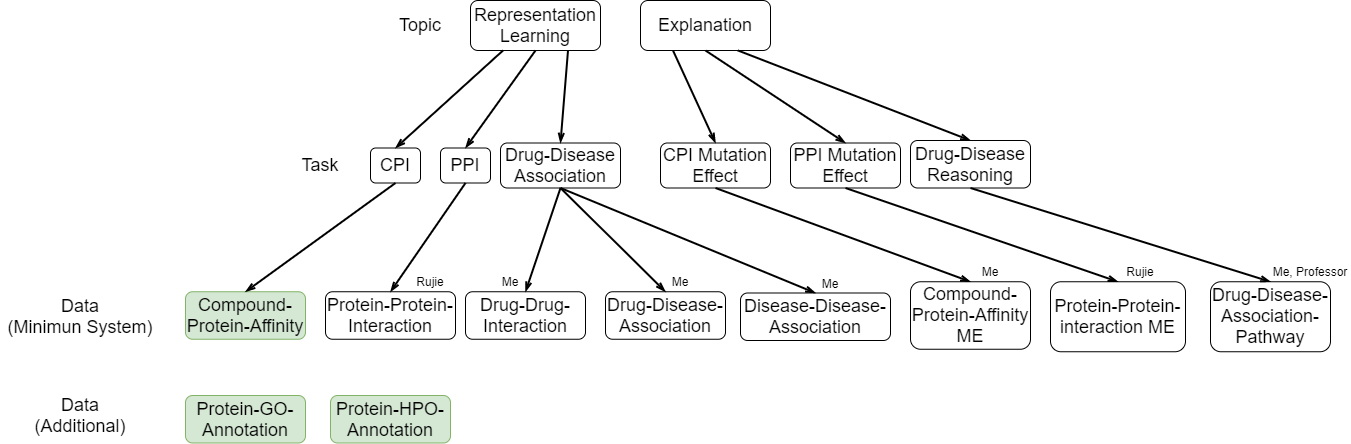
This is blueprint.png from wuweitan/data-infrastructure, a draw.io export, as it was before one commit. Source tidied: cells renumbered, new cells last; positions are measured from the earlier drawing's top-left corner, leaving out a move shared by most shapes. Source of this version:
```xml
<mxGraphModel>
  <root>
    <mxCell id="0" />
    <mxCell id="1" parent="0" />
    <mxCell id="2" value="&lt;font style=&quot;font-size: 18px&quot;&gt;Representation Learning&lt;/font&gt;" style="rounded=1;whiteSpace=wrap;html=1;" parent="1" vertex="1">
      <mxGeometry x="470" width="130" height="50" as="geometry" />
    </mxCell>
    <mxCell id="3" value="&lt;font style=&quot;font-size: 18px&quot;&gt;Topic&lt;/font&gt;" style="text;html=1;strokeColor=none;fillColor=none;align=center;verticalAlign=middle;whiteSpace=wrap;rounded=0;" parent="1" vertex="1">
      <mxGeometry x="400" y="15" width="40" height="20" as="geometry" />
    </mxCell>
    <mxCell id="4" value="&lt;font style=&quot;font-size: 18px&quot;&gt;Explanation&lt;/font&gt;" style="rounded=1;whiteSpace=wrap;html=1;" parent="1" vertex="1">
      <mxGeometry x="640" width="130" height="50" as="geometry" />
    </mxCell>
    <mxCell id="5" value="&lt;font style=&quot;font-size: 18px&quot;&gt;Task&lt;/font&gt;" style="text;html=1;strokeColor=none;fillColor=none;align=center;verticalAlign=middle;whiteSpace=wrap;rounded=0;" parent="1" vertex="1">
      <mxGeometry x="300" y="155" width="40" height="20" as="geometry" />
    </mxCell>
    <mxCell id="6" value="&lt;font style=&quot;font-size: 18px&quot;&gt;CPI&lt;/font&gt;" style="rounded=1;whiteSpace=wrap;html=1;" parent="1" vertex="1">
      <mxGeometry x="370" y="147.5" width="50" height="35" as="geometry" />
    </mxCell>
    <mxCell id="7" value="&lt;font style=&quot;font-size: 18px&quot;&gt;CPI Mutation Effect&lt;/font&gt;" style="rounded=1;whiteSpace=wrap;html=1;" parent="1" vertex="1">
      <mxGeometry x="660" y="142.5" width="110" height="45" as="geometry" />
    </mxCell>
    <mxCell id="8" value="&lt;span style=&quot;font-size: 18px&quot;&gt;Drug-Disease&lt;br&gt;&lt;/span&gt;&lt;span style=&quot;font-size: 18px&quot;&gt;Reasoning&lt;/span&gt;" style="rounded=1;whiteSpace=wrap;html=1;" parent="1" vertex="1">
      <mxGeometry x="910" y="140" width="120" height="47.5" as="geometry" />
    </mxCell>
    <mxCell id="9" value="&lt;font style=&quot;font-size: 18px&quot;&gt;Drug-Disease Association&lt;/font&gt;" style="rounded=1;whiteSpace=wrap;html=1;" parent="1" vertex="1">
      <mxGeometry x="500" y="142.5" width="120" height="45" as="geometry" />
    </mxCell>
    <mxCell id="10" value="&lt;font style=&quot;font-size: 18px&quot;&gt;PPI&lt;/font&gt;" style="rounded=1;whiteSpace=wrap;html=1;" parent="1" vertex="1">
      <mxGeometry x="440" y="147.5" width="50" height="35" as="geometry" />
    </mxCell>
    <mxCell id="11" value="&lt;font style=&quot;font-size: 18px&quot;&gt;PPI Mutation Effect&lt;/font&gt;" style="rounded=1;whiteSpace=wrap;html=1;" parent="1" vertex="1">
      <mxGeometry x="790" y="142.5" width="110" height="45" as="geometry" />
    </mxCell>
    <mxCell id="12" style="endArrow=openThin;html=1;exitX=0.25;exitY=1;exitDx=0;exitDy=0;entryX=0.5;entryY=0;entryDx=0;entryDy=0;strokeWidth=2;endFill=0;" parent="1" edge="1" source="2" target="6">
      <mxGeometry relative="1" as="geometry" />
    </mxCell>
    <mxCell id="13" style="endArrow=openThin;html=1;exitX=0.5;exitY=1;exitDx=0;exitDy=0;entryX=0.5;entryY=0;entryDx=0;entryDy=0;strokeWidth=2;endFill=0;" parent="1" edge="1" source="2" target="10">
      <mxGeometry relative="1" as="geometry" />
    </mxCell>
    <mxCell id="14" style="endArrow=openThin;html=1;exitX=0.75;exitY=1;exitDx=0;exitDy=0;entryX=0.5;entryY=0;entryDx=0;entryDy=0;strokeWidth=2;endFill=0;" parent="1" edge="1" source="2" target="9">
      <mxGeometry relative="1" as="geometry" />
    </mxCell>
    <mxCell id="15" style="endArrow=openThin;html=1;exitX=0.25;exitY=1;exitDx=0;exitDy=0;entryX=0.5;entryY=0;entryDx=0;entryDy=0;strokeWidth=2;endFill=0;" parent="1" edge="1" source="4" target="7">
      <mxGeometry relative="1" as="geometry" />
    </mxCell>
    <mxCell id="16" style="endArrow=openThin;html=1;exitX=0.5;exitY=1;exitDx=0;exitDy=0;entryX=0.5;entryY=0;entryDx=0;entryDy=0;strokeWidth=2;endFill=0;" parent="1" edge="1" source="4" target="11">
      <mxGeometry relative="1" as="geometry" />
    </mxCell>
    <mxCell id="17" style="endArrow=openThin;html=1;exitX=0.75;exitY=1;exitDx=0;exitDy=0;entryX=0.5;entryY=0;entryDx=0;entryDy=0;strokeWidth=2;endFill=0;" parent="1" edge="1" source="4" target="8">
      <mxGeometry relative="1" as="geometry" />
    </mxCell>
    <mxCell id="18" value="&lt;font style=&quot;font-size: 18px&quot;&gt;Data&lt;br&gt;(Minimun System)&lt;br&gt;&lt;/font&gt;" style="text;html=1;strokeColor=none;fillColor=none;align=center;verticalAlign=middle;whiteSpace=wrap;rounded=0;" parent="1" vertex="1">
      <mxGeometry y="296.2" width="160" height="40" as="geometry" />
    </mxCell>
    <mxCell id="19" value="&lt;font style=&quot;font-size: 18px&quot;&gt;Compound-Protein-Affinity&lt;/font&gt;" style="rounded=1;whiteSpace=wrap;html=1;fillColor=#d5e8d4;strokeColor=#82b366;" parent="1" vertex="1">
      <mxGeometry x="185" y="291.2" width="120" height="47.5" as="geometry" />
    </mxCell>
    <mxCell id="20" value="&lt;font style=&quot;font-size: 18px&quot;&gt;Protein-Protein-Interaction&lt;/font&gt;" style="rounded=1;whiteSpace=wrap;html=1;" parent="1" vertex="1">
      <mxGeometry x="325" y="291.2" width="130" height="47.5" as="geometry" />
    </mxCell>
    <mxCell id="21" value="&lt;font style=&quot;font-size: 18px&quot;&gt;Drug-Drug-Interaction&lt;/font&gt;" style="rounded=1;whiteSpace=wrap;html=1;" parent="1" vertex="1">
      <mxGeometry x="465" y="291.2" width="120" height="47.5" as="geometry" />
    </mxCell>
    <mxCell id="22" value="&lt;font style=&quot;font-size: 18px&quot;&gt;Drug-Disease-Association&lt;/font&gt;" style="rounded=1;whiteSpace=wrap;html=1;" parent="1" vertex="1">
      <mxGeometry x="605" y="291.2" width="120" height="47.5" as="geometry" />
    </mxCell>
    <mxCell id="23" value="&lt;font style=&quot;font-size: 18px&quot;&gt;Compound-Protein-Affinity ME&lt;/font&gt;" style="rounded=1;whiteSpace=wrap;html=1;" parent="1" vertex="1">
      <mxGeometry x="910" y="281.2" width="120" height="67.5" as="geometry" />
    </mxCell>
    <mxCell id="24" value="&lt;font style=&quot;font-size: 18px&quot;&gt;Protein-Protein-interaction ME&lt;/font&gt;" style="rounded=1;whiteSpace=wrap;html=1;" parent="1" vertex="1">
      <mxGeometry x="1050" y="281.2" width="135" height="70" as="geometry" />
    </mxCell>
    <mxCell id="25" value="&lt;font style=&quot;font-size: 18px&quot;&gt;Drug-Disease-Association-Pathway&lt;/font&gt;" style="rounded=1;whiteSpace=wrap;html=1;" parent="1" vertex="1">
      <mxGeometry x="1210" y="281.2" width="120" height="70" as="geometry" />
    </mxCell>
    <mxCell id="26" value="&lt;font style=&quot;font-size: 18px&quot;&gt;Data&lt;br&gt;(Additional)&lt;br&gt;&lt;/font&gt;" style="text;html=1;strokeColor=none;fillColor=none;align=center;verticalAlign=middle;whiteSpace=wrap;rounded=0;" parent="1" vertex="1">
      <mxGeometry y="395" width="160" height="40" as="geometry" />
    </mxCell>
    <mxCell id="27" value="&lt;font style=&quot;font-size: 18px&quot;&gt;Protein-GO-Annotation&lt;/font&gt;" style="rounded=1;whiteSpace=wrap;html=1;fillColor=#d5e8d4;strokeColor=#82b366;" parent="1" vertex="1">
      <mxGeometry x="185" y="395" width="120" height="47.5" as="geometry" />
    </mxCell>
    <mxCell id="28" value="&lt;font style=&quot;font-size: 18px&quot;&gt;Protein-HPO-Annotation&lt;/font&gt;" style="rounded=1;whiteSpace=wrap;html=1;fillColor=#d5e8d4;strokeColor=#82b366;" parent="1" vertex="1">
      <mxGeometry x="330" y="395" width="120" height="47.5" as="geometry" />
    </mxCell>
    <mxCell id="29" style="endArrow=openThin;html=1;exitX=0.5;exitY=1;exitDx=0;exitDy=0;entryX=0.5;entryY=0;entryDx=0;entryDy=0;strokeWidth=2;endFill=0;" parent="1" edge="1" source="6" target="19">
      <mxGeometry relative="1" as="geometry" />
    </mxCell>
    <mxCell id="30" style="endArrow=openThin;html=1;exitX=0.5;exitY=1;exitDx=0;exitDy=0;entryX=0.5;entryY=0;entryDx=0;entryDy=0;strokeWidth=2;endFill=0;" parent="1" edge="1" source="10" target="20">
      <mxGeometry relative="1" as="geometry" />
    </mxCell>
    <mxCell id="31" style="endArrow=openThin;html=1;exitX=0.5;exitY=1;exitDx=0;exitDy=0;entryX=0.5;entryY=0;entryDx=0;entryDy=0;strokeWidth=2;endFill=0;" parent="1" edge="1" source="9" target="22">
      <mxGeometry relative="1" as="geometry" />
    </mxCell>
    <mxCell id="32" style="endArrow=openThin;html=1;exitX=0.5;exitY=1;exitDx=0;exitDy=0;entryX=0.5;entryY=0;entryDx=0;entryDy=0;strokeWidth=2;endFill=0;" parent="1" edge="1" source="7" target="23">
      <mxGeometry relative="1" as="geometry" />
    </mxCell>
    <mxCell id="33" style="endArrow=openThin;html=1;exitX=0.5;exitY=1;exitDx=0;exitDy=0;entryX=0.5;entryY=0;entryDx=0;entryDy=0;strokeWidth=2;endFill=0;" parent="1" edge="1" source="11" target="24">
      <mxGeometry relative="1" as="geometry" />
    </mxCell>
    <mxCell id="34" style="endArrow=openThin;html=1;exitX=0.5;exitY=1;exitDx=0;exitDy=0;entryX=0.5;entryY=0;entryDx=0;entryDy=0;strokeWidth=2;endFill=0;" parent="1" edge="1" source="8" target="25">
      <mxGeometry relative="1" as="geometry" />
    </mxCell>
    <mxCell id="35" value="&lt;font style=&quot;font-size: 18px&quot;&gt;Disease-Disease-Association&lt;/font&gt;" style="rounded=1;whiteSpace=wrap;html=1;" parent="1" vertex="1">
      <mxGeometry x="740" y="292.5" width="150" height="47.5" as="geometry" />
    </mxCell>
    <mxCell id="36" style="endArrow=openThin;html=1;exitX=0.5;exitY=1;exitDx=0;exitDy=0;entryX=0.5;entryY=0;entryDx=0;entryDy=0;strokeWidth=2;endFill=0;" parent="1" edge="1" source="9" target="35">
      <mxGeometry relative="1" as="geometry" />
    </mxCell>
    <mxCell id="37" style="endArrow=openThin;html=1;entryX=0.5;entryY=0;entryDx=0;entryDy=0;strokeWidth=2;endFill=0;exitX=0.5;exitY=1;exitDx=0;exitDy=0;" parent="1" edge="1" source="9" target="21">
      <mxGeometry relative="1" as="geometry" />
    </mxCell>
    <mxCell id="38" value="Rujie" style="text;html=1;strokeColor=none;fillColor=none;align=center;verticalAlign=middle;whiteSpace=wrap;rounded=0;" parent="1" vertex="1">
      <mxGeometry x="410" y="271.2" width="40" height="20" as="geometry" />
    </mxCell>
    <mxCell id="39" value="Me" style="text;html=1;strokeColor=none;fillColor=none;align=center;verticalAlign=middle;whiteSpace=wrap;rounded=0;" parent="1" vertex="1">
      <mxGeometry x="490" y="271.2" width="40" height="20" as="geometry" />
    </mxCell>
    <mxCell id="40" value="Me" style="text;html=1;strokeColor=none;fillColor=none;align=center;verticalAlign=middle;whiteSpace=wrap;rounded=0;" parent="1" vertex="1">
      <mxGeometry x="660" y="271.2" width="40" height="20" as="geometry" />
    </mxCell>
    <mxCell id="41" value="Me" style="text;html=1;strokeColor=none;fillColor=none;align=center;verticalAlign=middle;whiteSpace=wrap;rounded=0;" parent="1" vertex="1">
      <mxGeometry x="810" y="272.5" width="40" height="20" as="geometry" />
    </mxCell>
    <mxCell id="42" value="Me" style="text;html=1;strokeColor=none;fillColor=none;align=center;verticalAlign=middle;whiteSpace=wrap;rounded=0;" parent="1" vertex="1">
      <mxGeometry x="970" y="261.2" width="40" height="20" as="geometry" />
    </mxCell>
    <mxCell id="43" value="Rujie" style="text;html=1;strokeColor=none;fillColor=none;align=center;verticalAlign=middle;whiteSpace=wrap;rounded=0;" parent="1" vertex="1">
      <mxGeometry x="1120" y="261.2" width="40" height="20" as="geometry" />
    </mxCell>
    <mxCell id="44" value="Me, Professor" style="text;html=1;strokeColor=none;fillColor=none;align=center;verticalAlign=middle;whiteSpace=wrap;rounded=0;" parent="1" vertex="1">
      <mxGeometry x="1270" y="261.2" width="80" height="20" as="geometry" />
    </mxCell>
  </root>
</mxGraphModel>
```
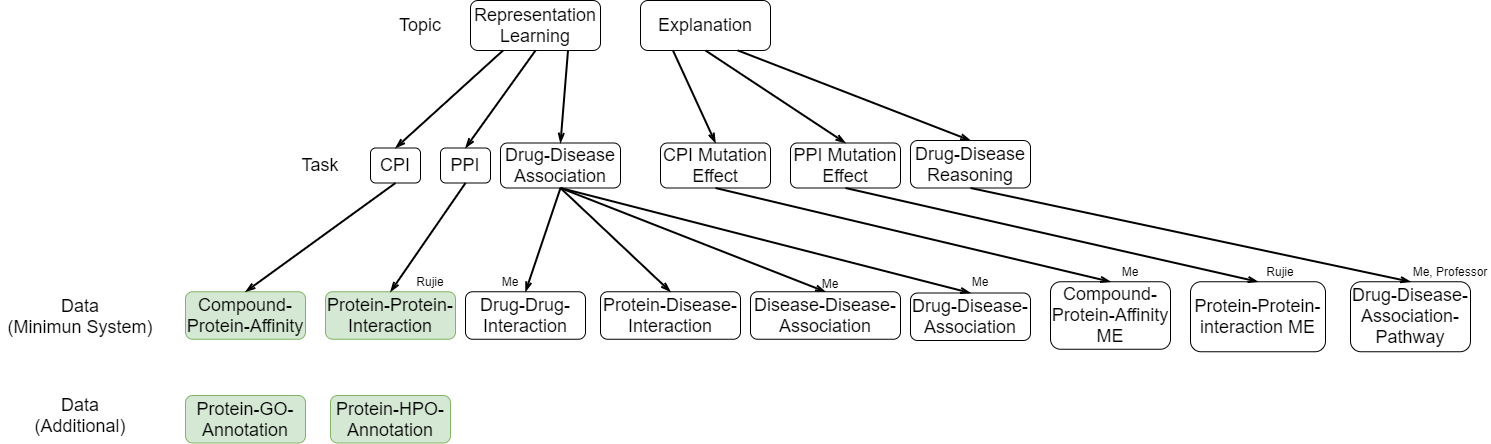
Later version of the same file.

Change to the diagram source:
```diff
@@ -56,23 +56,23 @@
     <mxCell id="19" value="&lt;font style=&quot;font-size: 18px&quot;&gt;Compound-Protein-Affinity&lt;/font&gt;" style="rounded=1;whiteSpace=wrap;html=1;fillColor=#d5e8d4;strokeColor=#82b366;" parent="1" vertex="1">
       <mxGeometry x="185" y="291.2" width="120" height="47.5" as="geometry" />
     </mxCell>
-    <mxCell id="20" value="&lt;font style=&quot;font-size: 18px&quot;&gt;Protein-Protein-Interaction&lt;/font&gt;" style="rounded=1;whiteSpace=wrap;html=1;" parent="1" vertex="1">
+    <mxCell id="20" value="&lt;font style=&quot;font-size: 18px&quot;&gt;Protein-Protein-Interaction&lt;/font&gt;" style="rounded=1;whiteSpace=wrap;html=1;fillColor=#d5e8d4;strokeColor=#82b366;" parent="1" vertex="1">
       <mxGeometry x="325" y="291.2" width="130" height="47.5" as="geometry" />
     </mxCell>
     <mxCell id="21" value="&lt;font style=&quot;font-size: 18px&quot;&gt;Drug-Drug-Interaction&lt;/font&gt;" style="rounded=1;whiteSpace=wrap;html=1;" parent="1" vertex="1">
       <mxGeometry x="465" y="291.2" width="120" height="47.5" as="geometry" />
     </mxCell>
     <mxCell id="22" value="&lt;font style=&quot;font-size: 18px&quot;&gt;Drug-Disease-Association&lt;/font&gt;" style="rounded=1;whiteSpace=wrap;html=1;" parent="1" vertex="1">
-      <mxGeometry x="605" y="291.2" width="120" height="47.5" as="geometry" />
+      <mxGeometry x="910" y="292.5" width="120" height="47.5" as="geometry" />
     </mxCell>
     <mxCell id="23" value="&lt;font style=&quot;font-size: 18px&quot;&gt;Compound-Protein-Affinity ME&lt;/font&gt;" style="rounded=1;whiteSpace=wrap;html=1;" parent="1" vertex="1">
-      <mxGeometry x="910" y="281.2" width="120" height="67.5" as="geometry" />
+      <mxGeometry x="1050" y="281.2" width="120" height="67.5" as="geometry" />
     </mxCell>
     <mxCell id="24" value="&lt;font style=&quot;font-size: 18px&quot;&gt;Protein-Protein-interaction ME&lt;/font&gt;" style="rounded=1;whiteSpace=wrap;html=1;" parent="1" vertex="1">
-      <mxGeometry x="1050" y="281.2" width="135" height="70" as="geometry" />
+      <mxGeometry x="1190" y="281.2" width="135" height="70" as="geometry" />
     </mxCell>
     <mxCell id="25" value="&lt;font style=&quot;font-size: 18px&quot;&gt;Drug-Disease-Association-Pathway&lt;/font&gt;" style="rounded=1;whiteSpace=wrap;html=1;" parent="1" vertex="1">
-      <mxGeometry x="1210" y="281.2" width="120" height="70" as="geometry" />
+      <mxGeometry x="1350" y="281.2" width="120" height="70" as="geometry" />
     </mxCell>
     <mxCell id="26" value="&lt;font style=&quot;font-size: 18px&quot;&gt;Data&lt;br&gt;(Additional)&lt;br&gt;&lt;/font&gt;" style="text;html=1;strokeColor=none;fillColor=none;align=center;verticalAlign=middle;whiteSpace=wrap;rounded=0;" parent="1" vertex="1">
       <mxGeometry y="395" width="160" height="40" as="geometry" />
@@ -102,7 +102,7 @@
       <mxGeometry relative="1" as="geometry" />
     </mxCell>
     <mxCell id="35" value="&lt;font style=&quot;font-size: 18px&quot;&gt;Disease-Disease-Association&lt;/font&gt;" style="rounded=1;whiteSpace=wrap;html=1;" parent="1" vertex="1">
-      <mxGeometry x="740" y="292.5" width="150" height="47.5" as="geometry" />
+      <mxGeometry x="750" y="291.2" width="150" height="47.5" as="geometry" />
     </mxCell>
     <mxCell id="36" style="endArrow=openThin;html=1;exitX=0.5;exitY=1;exitDx=0;exitDy=0;entryX=0.5;entryY=0;entryDx=0;entryDy=0;strokeWidth=2;endFill=0;" parent="1" edge="1" source="9" target="35">
       <mxGeometry relative="1" as="geometry" />
@@ -117,19 +117,25 @@
       <mxGeometry x="490" y="271.2" width="40" height="20" as="geometry" />
     </mxCell>
     <mxCell id="40" value="Me" style="text;html=1;strokeColor=none;fillColor=none;align=center;verticalAlign=middle;whiteSpace=wrap;rounded=0;" parent="1" vertex="1">
-      <mxGeometry x="660" y="271.2" width="40" height="20" as="geometry" />
+      <mxGeometry x="960" y="271.2" width="40" height="20" as="geometry" />
     </mxCell>
     <mxCell id="41" value="Me" style="text;html=1;strokeColor=none;fillColor=none;align=center;verticalAlign=middle;whiteSpace=wrap;rounded=0;" parent="1" vertex="1">
       <mxGeometry x="810" y="272.5" width="40" height="20" as="geometry" />
     </mxCell>
     <mxCell id="42" value="Me" style="text;html=1;strokeColor=none;fillColor=none;align=center;verticalAlign=middle;whiteSpace=wrap;rounded=0;" parent="1" vertex="1">
-      <mxGeometry x="970" y="261.2" width="40" height="20" as="geometry" />
+      <mxGeometry x="1110" y="261.2" width="40" height="20" as="geometry" />
     </mxCell>
     <mxCell id="43" value="Rujie" style="text;html=1;strokeColor=none;fillColor=none;align=center;verticalAlign=middle;whiteSpace=wrap;rounded=0;" parent="1" vertex="1">
-      <mxGeometry x="1120" y="261.2" width="40" height="20" as="geometry" />
+      <mxGeometry x="1260" y="261.2" width="40" height="20" as="geometry" />
     </mxCell>
     <mxCell id="44" value="Me, Professor" style="text;html=1;strokeColor=none;fillColor=none;align=center;verticalAlign=middle;whiteSpace=wrap;rounded=0;" parent="1" vertex="1">
-      <mxGeometry x="1270" y="261.2" width="80" height="20" as="geometry" />
+      <mxGeometry x="1410" y="261.2" width="80" height="20" as="geometry" />
     </mxCell>
+    <mxCell id="45" value="&lt;font style=&quot;font-size: 18px&quot;&gt;Protein-Disease-Interaction&lt;/font&gt;" style="rounded=1;whiteSpace=wrap;html=1;" parent="1" vertex="1">
+      <mxGeometry x="600" y="291.2" width="140" height="47.5" as="geometry" />
+    </mxCell>
+    <mxCell id="46" style="endArrow=openThin;html=1;exitX=0.5;exitY=1;exitDx=0;exitDy=0;entryX=0.5;entryY=0;entryDx=0;entryDy=0;strokeWidth=2;endFill=0;" parent="1" edge="1" source="9" target="45">
+      <mxGeometry relative="1" as="geometry" />
+    </mxCell>
   </root>
 </mxGraphModel>
```
